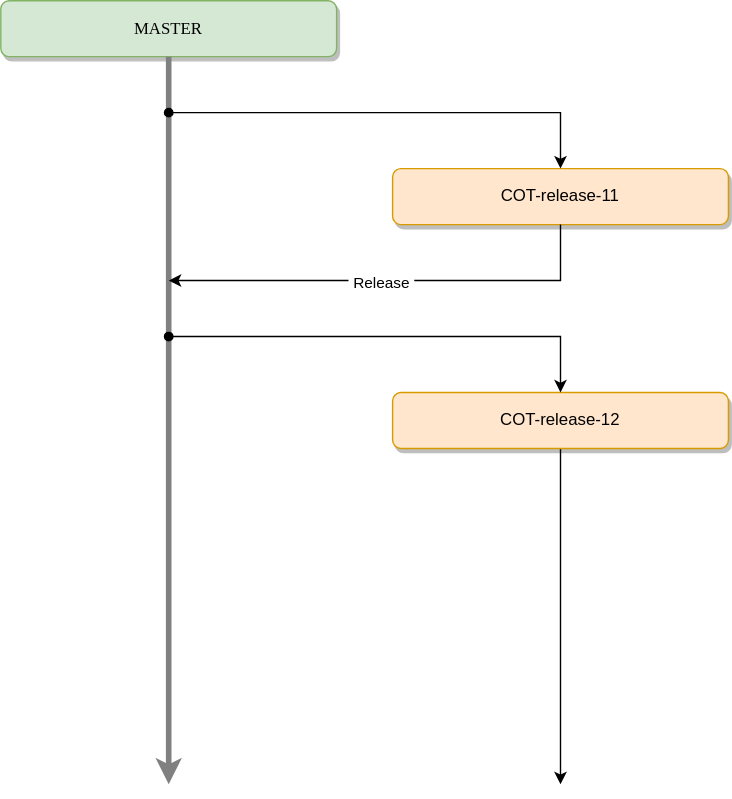
Before: Git-flow.drawio.svg, a diagram exported from draw.io (alexander-lyakhov/draw.io). Source tidied: cells renumbered, new cells last; positions are measured from the earlier drawing's top-left corner, leaving out a move shared by most shapes.
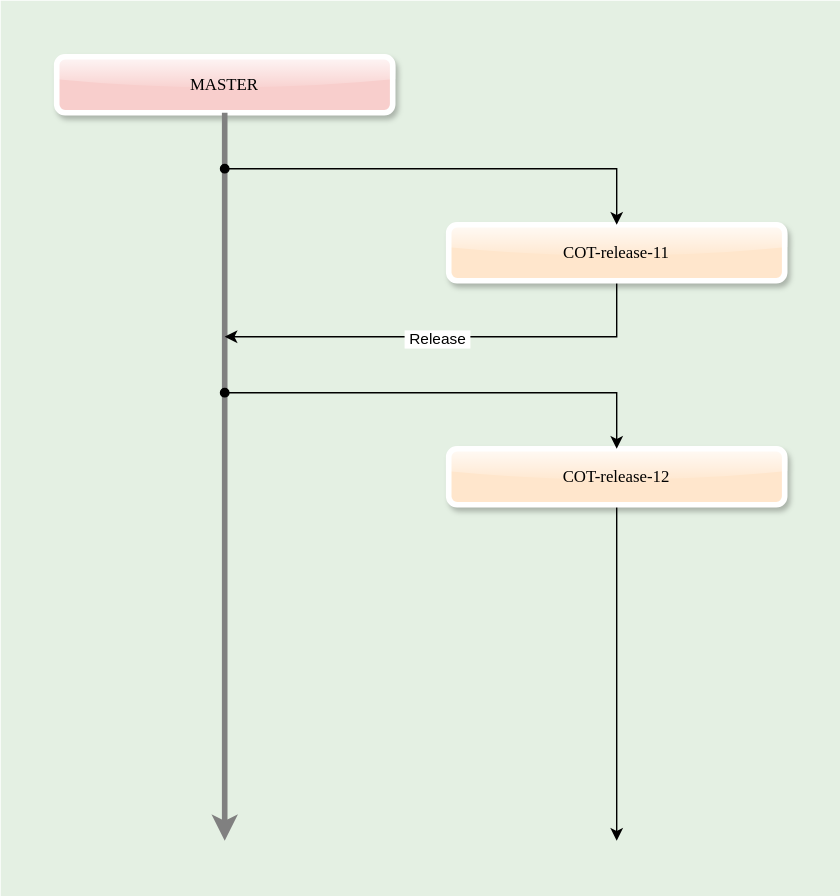
After the commit.

Change to the diagram source:
```diff
@@ -2,7 +2,10 @@
   <root>
     <mxCell id="0" />
     <mxCell id="1" parent="0" />
+    <mxCell id="11" style="rounded=0;whiteSpace=wrap;html=1;fillColor=#d5e8d4;strokeColor=none;imageAspect=1;fillOpacity=64;" parent="1" vertex="1">
+      <mxGeometry x="-40" y="-40" width="600" height="640" as="geometry" />
+    </mxCell>
-    <mxCell id="2" value="MASTER" style="rounded=1;whiteSpace=wrap;html=1;fillColor=#d5e8d4;strokeColor=#82b366;fontFamily=Verdana;shadow=1;glass=0;" parent="1" vertex="1">
+    <mxCell id="2" value="MASTER" style="rounded=1;whiteSpace=wrap;html=1;fillColor=#f8cecc;strokeColor=#FFFFFF;fontFamily=Verdana;shadow=1;glass=1;strokeWidth=4;" parent="1" vertex="1">
       <mxGeometry width="240" height="40" as="geometry" />
     </mxCell>
     <mxCell id="3" style="endArrow=classic;html=1;rounded=0;exitX=0.5;exitY=1;exitDx=0;exitDy=0;curved=0;shadow=0;strokeWidth=4;strokeColor=#808080;" parent="1" edge="1" source="2">
@@ -15,7 +18,7 @@
         <mxPoint x="400" y="560" as="targetPoint" />
       </mxGeometry>
     </mxCell>
-    <mxCell id="5" value="COT-release-12" style="rounded=1;whiteSpace=wrap;html=1;fillColor=#ffe6cc;strokeColor=#d79b00;shadow=1;" parent="1" vertex="1">
+    <mxCell id="5" value="COT-release-12" style="rounded=1;whiteSpace=wrap;html=1;fillColor=#ffe6cc;strokeColor=#FFFFFF;shadow=1;glass=1;strokeWidth=4;align=center;verticalAlign=middle;fontFamily=Verdana;fontSize=12;fontColor=default;" parent="1" vertex="1">
       <mxGeometry x="280" y="280" width="240" height="40" as="geometry" />
     </mxCell>
     <mxCell id="6" style="endArrow=classic;html=1;rounded=0;entryX=0.5;entryY=0;entryDx=0;entryDy=0;startArrow=oval;startFill=1;" parent="1" edge="1" target="5">
@@ -26,9 +29,6 @@
         </Array>
       </mxGeometry>
     </mxCell>
-    <mxCell id="7" value="COT-release-11" style="rounded=1;whiteSpace=wrap;html=1;fillColor=#ffe6cc;strokeColor=#d79b00;shadow=1;" parent="1" vertex="1">
-      <mxGeometry x="280" y="120" width="240" height="40" as="geometry" />
-    </mxCell>
     <mxCell id="8" style="endArrow=classic;html=1;rounded=0;exitX=0.5;exitY=1;exitDx=0;exitDy=0;strokeWidth=1;strokeColor=#000000;" parent="1" edge="1" source="7">
       <mxGeometry relative="1" as="geometry">
         <mxPoint x="120" y="200" as="targetPoint" />
@@ -40,6 +40,9 @@
     <mxCell id="9" value="&amp;nbsp;Release&amp;nbsp;" style="edgeLabel;html=1;align=center;verticalAlign=middle;" parent="8" vertex="1">
       <mxGeometry x="0.06" y="1" relative="1" as="geometry" />
     </mxCell>
+    <mxCell id="7" value="COT-release-11" style="rounded=1;whiteSpace=wrap;html=1;fillColor=#ffe6cc;strokeColor=#FFFFFF;shadow=1;glass=1;strokeWidth=4;align=center;verticalAlign=middle;fontFamily=Verdana;fontSize=12;" parent="1" vertex="1">
+      <mxGeometry x="280" y="120" width="240" height="40" as="geometry" />
+    </mxCell>
     <mxCell id="10" style="endArrow=classic;html=1;rounded=0;entryX=0.5;entryY=0;entryDx=0;entryDy=0;startArrow=oval;startFill=1;strokeWidth=1;strokeColor=#000000;" parent="1" edge="1" target="7">
       <mxGeometry relative="1" as="geometry">
         <mxPoint x="120" y="80" as="sourcePoint" />
```
